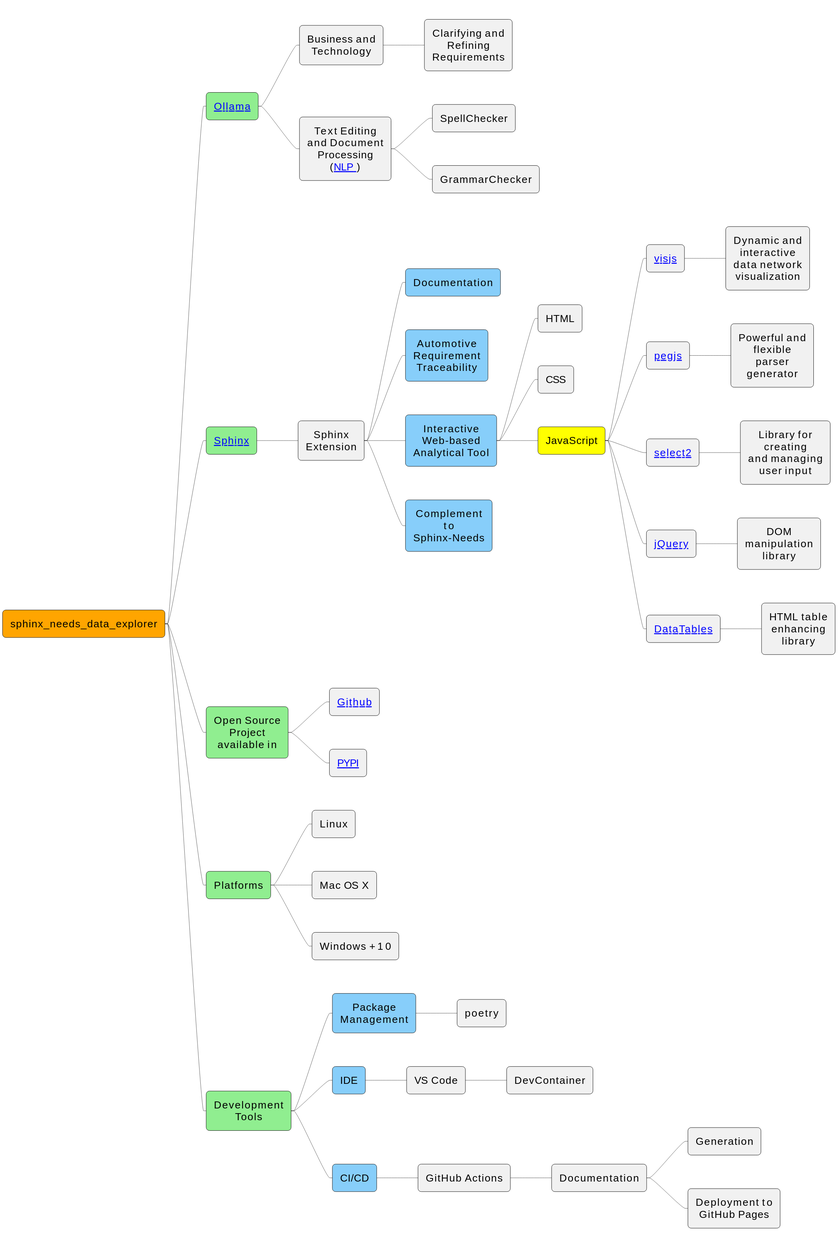
The PlantUML diagram doc/source/images/sphinx_needs_data_explorer.svg in mi-parkes/sphinx-needs-data-explorer, before a commit.
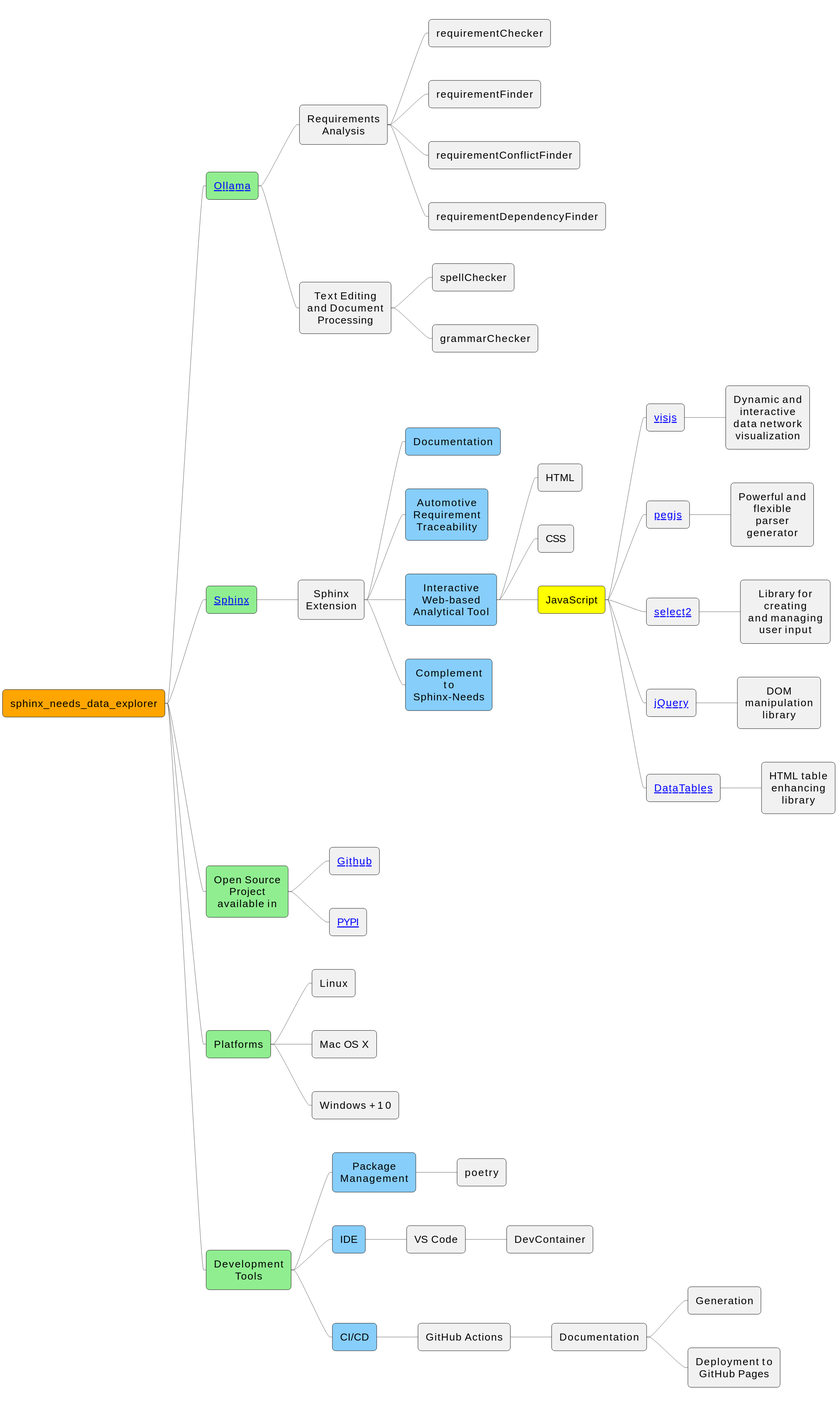
Above is the later version.

The edit, as a diff of the source:
```diff
@@ -23,11 +23,14 @@
 
 *[$rootColor] sphinx_needs_data_explorer
 **[#lightgreen] [[ https://github.com/ollama/ollama/blob/main/README.md Ollama ]]
-*** Business and Technology
-**** Clarifying and Refining Requirements
-*** Text Editing and Document Processing ([[ https://en.wikipedia.org/wiki/Natural_language_processing NLP ]])
-**** SpellChecker
-**** GrammarChecker
+*** Requirements Analysis
+**** requirementChecker
+**** requirementFinder
+**** requirementConflictFinder
+**** requirementDependencyFinder
+*** Text Editing and Document Processing
+**** spellChecker
+**** grammarChecker
 **[#lightgreen] [[ https://www.sphinx-doc.org/en/master/ Sphinx ]]
 *** Sphinx Extension
 ****[#LightSkyBlue] Documentation
```
